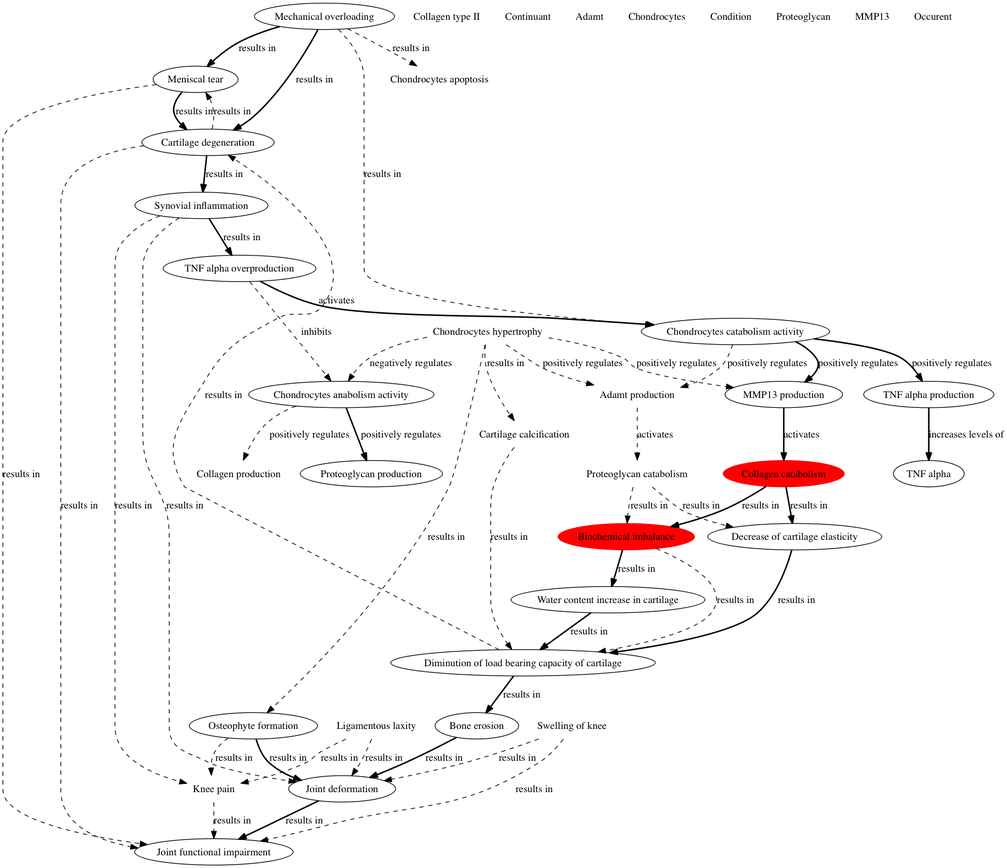
Earlier version of the Graphviz export notebooks/images/subgraphs/current_conf.png (plumdeq/hypothtest). Its source is kept beside it as notebooks/images/subgraphs/current_conf.dot.
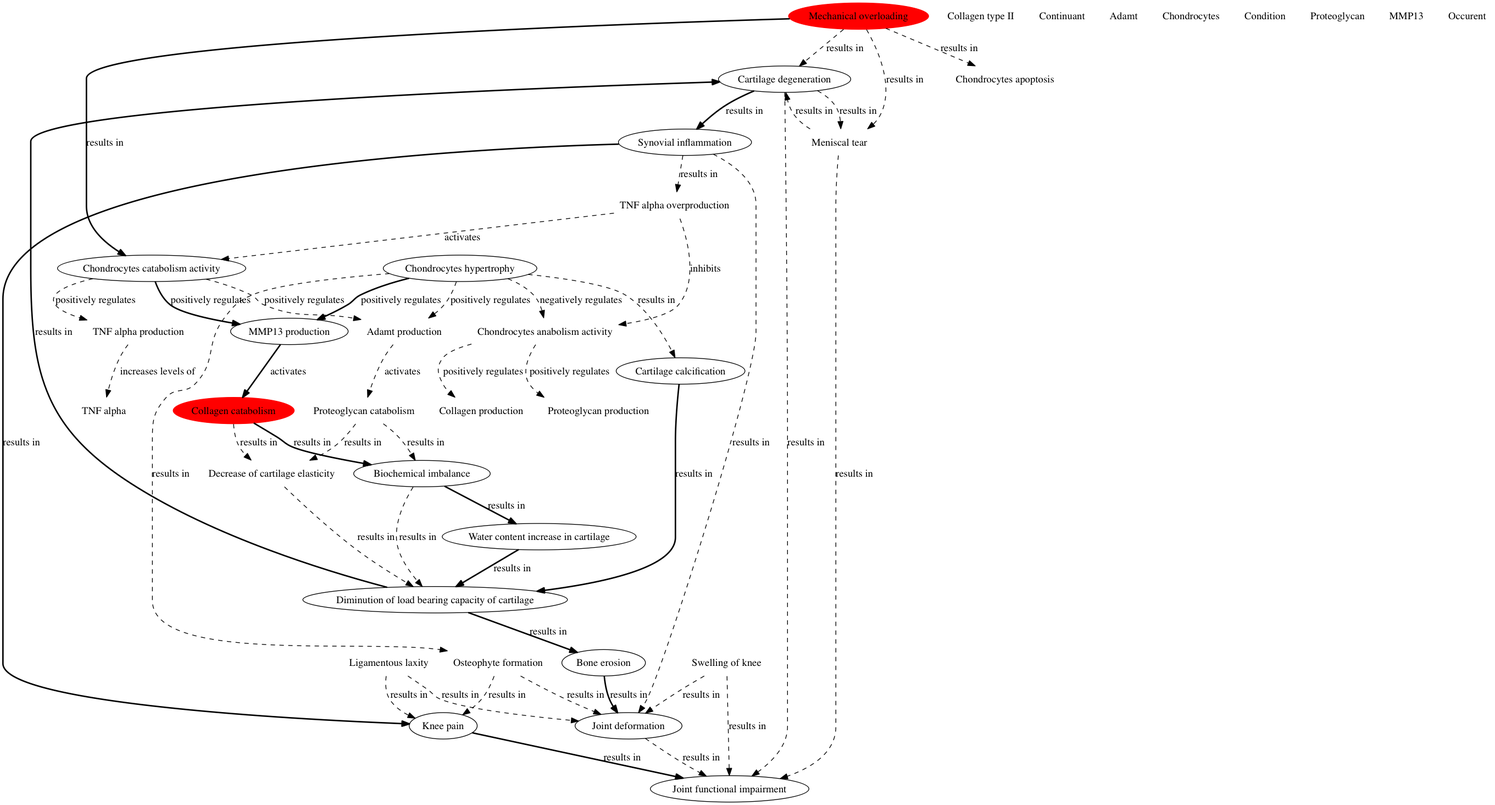
After the commit.

Change to the diagram source:
```diff
@@ -1,12 +1,12 @@
 digraph g {
 "http://plumdeq.xyz/ontologies/hypothesis/Joint_functional_impairment" [label="Joint functional impairment",shape="ellipse"] ;
-"http://plumdeq.xyz/ontologies/hypothesis/Mechanical_overloading" [label="Mechanical overloading",shape="ellipse"] ;
-"http://plumdeq.xyz/ontologies/hypothesis/Biochemical_imbalance" [label="Biochemical imbalance",shape="ellipse",style="filled",color="red"] ;
-"http://plumdeq.xyz/ontologies/hypothesis/Adamt_production" [label="Adamt production",shape="none"] ;
+"http://plumdeq.xyz/ontologies/hypothesis/Mechanical_overloading" [label="Mechanical overloading",shape="ellipse",style="filled",color="red"] ;
+"http://plumdeq.xyz/ontologies/hypothesis/TNF_alpha_production" [label="TNF alpha production",shape="none"] ;
+"http://plumdeq.xyz/ontologies/hypothesis/Adamt_production" [label="Adamt production",shape="ellipse"] ;
 "http://plumdeq.xyz/ontologies/hypothesis/Chondrocytes_catabolism_activity" [label="Chondrocytes catabolism activity",shape="ellipse"] ;
-"http://plumdeq.xyz/ontologies/hypothesis/TNF_alpha" [label="TNF alpha",shape="ellipse"] ;
-"http://plumdeq.xyz/ontologies/hypothesis/Chondrocytes_hypertrophy" [label="Chondrocytes hypertrophy",shape="none"] ;
-"http://plumdeq.xyz/ontologies/hypothesis/Osteophyte_formation" [label="Osteophyte formation",shape="ellipse"] ;
+"http://plumdeq.xyz/ontologies/hypothesis/TNF_alpha" [label="TNF alpha",shape="none"] ;
+"http://plumdeq.xyz/ontologies/hypothesis/Cartilage_degeneration" [label="Cartilage degeneration",shape="ellipse"] ;
+"http://plumdeq.xyz/ontologies/hypothesis/Osteophyte_formation" [label="Osteophyte formation",shape="none"] ;
 "http://plumdeq.xyz/ontologies/hypothesis/Diminution_of_load_bearing_capacity_of_cartilage" [label="Diminution of load bearing capacity of cartilage",shape="ellipse"] ;
 "http://plumdeq.xyz/ontologies/hypothesis/TNF_alpha_overproduction" [label="TNF alpha overproduction",shape="ellipse"] ;
 "http://plumdeq.xyz/ontologies/hypothesis/Cartilage_calcification" [label="Cartilage calcification",shape="none"] ;
@@ -15,56 +15,52 @@
 "http://plumdeq.xyz/ontologies/hypothesis/Continuant" [label="Continuant",shape="none"] ;
 "http://plumdeq.xyz/ontologies/hypothesis/Meniscal_tear" [label="Meniscal tear",shape="ellipse"] ;
 "http://plumdeq.xyz/ontologies/hypothesis/Swelling_of_knee" [label="Swelling of knee",shape="none"] ;
-"http://plumdeq.xyz/ontologies/hypothesis/Chondrocytes_anabolism_activity" [label="Chondrocytes anabolism activity",shape="ellipse"] ;
+"http://plumdeq.xyz/ontologies/hypothesis/Chondrocytes_anabolism_activity" [label="Chondrocytes anabolism activity",shape="none"] ;
 "http://plumdeq.xyz/ontologies/hypothesis/Adamt" [label="Adamt",shape="none"] ;
 "http://plumdeq.xyz/ontologies/hypothesis/Chondrocytes" [label="Chondrocytes",shape="none"] ;
-"http://plumdeq.xyz/ontologies/hypothesis/TNF_alpha_production" [label="TNF alpha production",shape="ellipse"] ;
 "http://plumdeq.xyz/ontologies/hypothesis/Water_content_increase_in_cartilage" [label="Water content increase in cartilage",shape="ellipse"] ;
 "http://plumdeq.xyz/ontologies/hypothesis/Condition" [label="Condition",shape="none"] ;
 "http://plumdeq.xyz/ontologies/hypothesis/Proteoglycan" [label="Proteoglycan",shape="none"] ;
 "http://plumdeq.xyz/ontologies/hypothesis/Synovial_inflammation" [label="Synovial inflammation",shape="ellipse"] ;
 "http://plumdeq.xyz/ontologies/hypothesis/MMP13" [label="MMP13",shape="none"] ;
-"http://plumdeq.xyz/ontologies/hypothesis/Collagen_catabolism" [label="Collagen catabolism",shape="ellipse",style="filled",color="red"] ;
+"http://plumdeq.xyz/ontologies/hypothesis/Collagen_catabolism" [label="Collagen catabolism",shape="ellipse"] ;
 "http://plumdeq.xyz/ontologies/hypothesis/Joint_deformation" [label="Joint deformation",shape="ellipse"] ;
 "http://plumdeq.xyz/ontologies/hypothesis/Occurent" [label="Occurent",shape="none"] ;
-"http://plumdeq.xyz/ontologies/hypothesis/Proteoglycan_catabolism" [label="Proteoglycan catabolism",shape="none"] ;
-"http://plumdeq.xyz/ontologies/hypothesis/Cartilage_degeneration" [label="Cartilage degeneration",shape="ellipse"] ;
+"http://plumdeq.xyz/ontologies/hypothesis/Proteoglycan_catabolism" [label="Proteoglycan catabolism",shape="ellipse"] ;
+"http://plumdeq.xyz/ontologies/hypothesis/Chondrocytes_hypertrophy" [label="Chondrocytes hypertrophy",shape="none"] ;
 "http://plumdeq.xyz/ontologies/hypothesis/Ligamentous_laxity" [label="Ligamentous laxity",shape="none"] ;
-"http://plumdeq.xyz/ontologies/hypothesis/MMP13_production" [label="MMP13 production",shape="ellipse"] ;
+"http://plumdeq.xyz/ontologies/hypothesis/MMP13_production" [label="MMP13 production",shape="ellipse",style="filled",color="red"] ;
+"http://plumdeq.xyz/ontologies/hypothesis/Biochemical_imbalance" [label="Biochemical imbalance",shape="ellipse"] ;
+"http://plumdeq.xyz/ontologies/hypothesis/Decrease_of_cartilage_elasticity" [label="Decrease of cartilage elasticity",shape="ellipse"] ;
 "http://plumdeq.xyz/ontologies/hypothesis/Bone_erosion" [label="Bone erosion",shape="ellipse"] ;
-"http://plumdeq.xyz/ontologies/hypothesis/Decrease_of_cartilage_elasticity" [label="Decrease of cartilage elasticity",shape="ellipse"] ;
-"http://plumdeq.xyz/ontologies/hypothesis/Proteoglycan_production" [label="Proteoglycan production",shape="ellipse"] ;
+"http://plumdeq.xyz/ontologies/hypothesis/Proteoglycan_production" [label="Proteoglycan production",shape="none"] ;
 "http://plumdeq.xyz/ontologies/hypothesis/Knee_pain" [label="Knee pain",shape="none"] ;
 "http://plumdeq.xyz/ontologies/hypothesis/Chondrocytes_apoptosis" [label="Chondrocytes apoptosis",shape="none"] ;
-"http://plumdeq.xyz/ontologies/hypothesis/Mechanical_overloading" -> "http://plumdeq.xyz/ontologies/hypothesis/Cartilage_degeneration" [label="results in",style="bold"] ;
+"http://plumdeq.xyz/ontologies/hypothesis/Mechanical_overloading" -> "http://plumdeq.xyz/ontologies/hypothesis/Cartilage_degeneration" [label="results in",style="dashed"] ;
 "http://plumdeq.xyz/ontologies/hypothesis/Mechanical_overloading" -> "http://plumdeq.xyz/ontologies/hypothesis/Meniscal_tear" [label="results in",style="bold"] ;
 "http://plumdeq.xyz/ontologies/hypothesis/Mechanical_overloading" -> "http://plumdeq.xyz/ontologies/hypothesis/Chondrocytes_apoptosis" [label="results in",style="dashed"] ;
 "http://plumdeq.xyz/ontologies/hypothesis/Mechanical_overloading" -> "http://plumdeq.xyz/ontologies/hypothesis/Chondrocytes_catabolism_activity" [label="results in",style="dashed"] ;
-"http://plumdeq.xyz/ontologies/hypothesis/Biochemical_imbalance" -> "http://plumdeq.xyz/ontologies/hypothesis/Water_content_increase_in_cartilage" [label="results in",style="bold"] ;
-"http://plumdeq.xyz/ontologies/hypothesis/Biochemical_imbalance" -> "http://plumdeq.xyz/ontologies/hypothesis/Diminution_of_load_bearing_capacity_of_cartilage" [label="results in",style="dashed"] ;
-"http://plumdeq.xyz/ontologies/hypothesis/Adamt_production" -> "http://plumdeq.xyz/ontologies/hypothesis/Proteoglycan_catabolism" [label="activates",style="dashed"] ;
-"http://plumdeq.xyz/ontologies/hypothesis/Chondrocytes_catabolism_activity" -> "http://plumdeq.xyz/ontologies/hypothesis/TNF_alpha_production" [label="positively regulates",style="bold"] ;
-"http://plumdeq.xyz/ontologies/hypothesis/Chondrocytes_catabolism_activity" -> "http://plumdeq.xyz/ontologies/hypothesis/Adamt_production" [label="positively regulates",style="dashed"] ;
+"http://plumdeq.xyz/ontologies/hypothesis/TNF_alpha_production" -> "http://plumdeq.xyz/ontologies/hypothesis/TNF_alpha" [label="increases levels of",style="dashed"] ;
+"http://plumdeq.xyz/ontologies/hypothesis/Adamt_production" -> "http://plumdeq.xyz/ontologies/hypothesis/Proteoglycan_catabolism" [label="activates",style="bold"] ;
+"http://plumdeq.xyz/ontologies/hypothesis/Chondrocytes_catabolism_activity" -> "http://plumdeq.xyz/ontologies/hypothesis/TNF_alpha_production" [label="positively regulates",style="dashed"] ;
+"http://plumdeq.xyz/ontologies/hypothesis/Chondrocytes_catabolism_activity" -> "http://plumdeq.xyz/ontologies/hypothesis/Adamt_production" [label="positively regulates",style="bold"] ;
 "http://plumdeq.xyz/ontologies/hypothesis/Chondrocytes_catabolism_activity" -> "http://plumdeq.xyz/ontologies/hypothesis/MMP13_production" [label="positively regulates",style="bold"] ;
-"http://plumdeq.xyz/ontologies/hypothesis/Chondrocytes_hypertrophy" -> "http://plumdeq.xyz/ontologies/hypothesis/Chondrocytes_anabolism_activity" [label="negatively regulates",style="dashed"] ;
-"http://plumdeq.xyz/ontologies/hypothesis/Chondrocytes_hypertrophy" -> "http://plumdeq.xyz/ontologies/hypothesis/Osteophyte_formation" [label="results in",style="dashed"] ;
-"http://plumdeq.xyz/ontologies/hypothesis/Chondrocytes_hypertrophy" -> "http://plumdeq.xyz/ontologies/hypothesis/Adamt_production" [label="positively regulates",style="dashed"] ;
-"http://plumdeq.xyz/ontologies/hypothesis/Chondrocytes_hypertrophy" -> "http://plumdeq.xyz/ontologies/hypothesis/MMP13_production" [label="positively regulates",style="dashed"] ;
-"http://plumdeq.xyz/ontologies/hypothesis/Chondrocytes_hypertrophy" -> "http://plumdeq.xyz/ontologies/hypothesis/Cartilage_calcification" [label="results in",style="dashed"] ;
-"http://plumdeq.xyz/ontologies/hypothesis/Osteophyte_formation" -> "http://plumdeq.xyz/ontologies/hypothesis/Joint_deformation" [label="results in",style="bold"] ;
+"http://plumdeq.xyz/ontologies/hypothesis/Cartilage_degeneration" -> "http://plumdeq.xyz/ontologies/hypothesis/Joint_functional_impairment" [label="results in",style="dashed"] ;
+"http://plumdeq.xyz/ontologies/hypothesis/Cartilage_degeneration" -> "http://plumdeq.xyz/ontologies/hypothesis/Synovial_inflammation" [label="results in",style="bold"] ;
+"http://plumdeq.xyz/ontologies/hypothesis/Cartilage_degeneration" -> "http://plumdeq.xyz/ontologies/hypothesis/Meniscal_tear" [label="results in",style="dashed"] ;
+"http://plumdeq.xyz/ontologies/hypothesis/Osteophyte_formation" -> "http://plumdeq.xyz/ontologies/hypothesis/Joint_deformation" [label="results in",style="dashed"] ;
 "http://plumdeq.xyz/ontologies/hypothesis/Osteophyte_formation" -> "http://plumdeq.xyz/ontologies/hypothesis/Knee_pain" [label="results in",style="dashed"] ;
-"http://plumdeq.xyz/ontologies/hypothesis/Diminution_of_load_bearing_capacity_of_cartilage" -> "http://plumdeq.xyz/ontologies/hypothesis/Cartilage_degeneration" [label="results in",style="dashed"] ;
+"http://plumdeq.xyz/ontologies/hypothesis/Diminution_of_load_bearing_capacity_of_cartilage" -> "http://plumdeq.xyz/ontologies/hypothesis/Cartilage_degeneration" [label="results in",style="bold"] ;
 "http://plumdeq.xyz/ontologies/hypothesis/Diminution_of_load_bearing_capacity_of_cartilage" -> "http://plumdeq.xyz/ontologies/hypothesis/Bone_erosion" [label="results in",style="bold"] ;
 "http://plumdeq.xyz/ontologies/hypothesis/TNF_alpha_overproduction" -> "http://plumdeq.xyz/ontologies/hypothesis/Chondrocytes_anabolism_activity" [label="inhibits",style="dashed"] ;
 "http://plumdeq.xyz/ontologies/hypothesis/TNF_alpha_overproduction" -> "http://plumdeq.xyz/ontologies/hypothesis/Chondrocytes_catabolism_activity" [label="activates",style="bold"] ;
 "http://plumdeq.xyz/ontologies/hypothesis/Cartilage_calcification" -> "http://plumdeq.xyz/ontologies/hypothesis/Diminution_of_load_bearing_capacity_of_cartilage" [label="results in",style="dashed"] ;
 "http://plumdeq.xyz/ontologies/hypothesis/Meniscal_tear" -> "http://plumdeq.xyz/ontologies/hypothesis/Cartilage_degeneration" [label="results in",style="bold"] ;
 "http://plumdeq.xyz/ontologies/hypothesis/Meniscal_tear" -> "http://plumdeq.xyz/ontologies/hypothesis/Joint_functional_impairment" [label="results in",style="dashed"] ;
+"http://plumdeq.xyz/ontologies/hypothesis/Swelling_of_knee" -> "http://plumdeq.xyz/ontologies/hypothesis/Joint_deformation" [label="results in",style="dashed"] ;
 "http://plumdeq.xyz/ontologies/hypothesis/Swelling_of_knee" -> "http://plumdeq.xyz/ontologies/hypothesis/Joint_functional_impairment" [label="results in",style="dashed"] ;
-"http://plumdeq.xyz/ontologies/hypothesis/Swelling_of_knee" -> "http://plumdeq.xyz/ontologies/hypothesis/Joint_deformation" [label="results in",style="dashed"] ;
 "http://plumdeq.xyz/ontologies/hypothesis/Chondrocytes_anabolism_activity" -> "http://plumdeq.xyz/ontologies/hypothesis/Collagen_production" [label="positively regulates",style="dashed"] ;
-"http://plumdeq.xyz/ontologies/hypothesis/Chondrocytes_anabolism_activity" -> "http://plumdeq.xyz/ontologies/hypothesis/Proteoglycan_production" [label="positively regulates",style="bold"] ;
-"http://plumdeq.xyz/ontologies/hypothesis/TNF_alpha_production" -> "http://plumdeq.xyz/ontologies/hypothesis/TNF_alpha" [label="increases levels of",style="bold"] ;
+"http://plumdeq.xyz/ontologies/hypothesis/Chondrocytes_anabolism_activity" -> "http://plumdeq.xyz/ontologies/hypothesis/Proteoglycan_production" [label="positively regulates",style="dashed"] ;
 "http://plumdeq.xyz/ontologies/hypothesis/Water_content_increase_in_cartilage" -> "http://plumdeq.xyz/ontologies/hypothesis/Diminution_of_load_bearing_capacity_of_cartilage" [label="results in",style="bold"] ;
 "http://plumdeq.xyz/ontologies/hypothesis/Synovial_inflammation" -> "http://plumdeq.xyz/ontologies/hypothesis/Joint_deformation" [label="results in",style="dashed"] ;
 "http://plumdeq.xyz/ontologies/hypothesis/Synovial_inflammation" -> "http://plumdeq.xyz/ontologies/hypothesis/TNF_alpha_overproduction" [label="results in",style="bold"] ;
@@ -72,15 +68,19 @@
 "http://plumdeq.xyz/ontologies/hypothesis/Collagen_catabolism" -> "http://plumdeq.xyz/ontologies/hypothesis/Biochemical_imbalance" [label="results in",style="bold"] ;
 "http://plumdeq.xyz/ontologies/hypothesis/Collagen_catabolism" -> "http://plumdeq.xyz/ontologies/hypothesis/Decrease_of_cartilage_elasticity" [label="results in",style="bold"] ;
 "http://plumdeq.xyz/ontologies/hypothesis/Joint_deformation" -> "http://plumdeq.xyz/ontologies/hypothesis/Joint_functional_impairment" [label="results in",style="bold"] ;
-"http://plumdeq.xyz/ontologies/hypothesis/Proteoglycan_catabolism" -> "http://plumdeq.xyz/ontologies/hypothesis/Biochemical_imbalance" [label="results in",style="dashed"] ;
+"http://plumdeq.xyz/ontologies/hypothesis/Proteoglycan_catabolism" -> "http://plumdeq.xyz/ontologies/hypothesis/Biochemical_imbalance" [label="results in",style="bold"] ;
 "http://plumdeq.xyz/ontologies/hypothesis/Proteoglycan_catabolism" -> "http://plumdeq.xyz/ontologies/hypothesis/Decrease_of_cartilage_elasticity" [label="results in",style="dashed"] ;
-"http://plumdeq.xyz/ontologies/hypothesis/Cartilage_degeneration" -> "http://plumdeq.xyz/ontologies/hypothesis/Joint_functional_impairment" [label="results in",style="dashed"] ;
-"http://plumdeq.xyz/ontologies/hypothesis/Cartilage_degeneration" -> "http://plumdeq.xyz/ontologies/hypothesis/Synovial_inflammation" [label="results in",style="bold"] ;
-"http://plumdeq.xyz/ontologies/hypothesis/Cartilage_degeneration" -> "http://plumdeq.xyz/ontologies/hypothesis/Meniscal_tear" [label="results in",style="dashed"] ;
+"http://plumdeq.xyz/ontologies/hypothesis/Chondrocytes_hypertrophy" -> "http://plumdeq.xyz/ontologies/hypothesis/Chondrocytes_anabolism_activity" [label="negatively regulates",style="dashed"] ;
+"http://plumdeq.xyz/ontologies/hypothesis/Chondrocytes_hypertrophy" -> "http://plumdeq.xyz/ontologies/hypothesis/Osteophyte_formation" [label="results in",style="dashed"] ;
+"http://plumdeq.xyz/ontologies/hypothesis/Chondrocytes_hypertrophy" -> "http://plumdeq.xyz/ontologies/hypothesis/Adamt_production" [label="positively regulates",style="dashed"] ;
+"http://plumdeq.xyz/ontologies/hypothesis/Chondrocytes_hypertrophy" -> "http://plumdeq.xyz/ontologies/hypothesis/MMP13_production" [label="positively regulates",style="dashed"] ;
+"http://plumdeq.xyz/ontologies/hypothesis/Chondrocytes_hypertrophy" -> "http://plumdeq.xyz/ontologies/hypothesis/Cartilage_calcification" [label="results in",style="dashed"] ;
 "http://plumdeq.xyz/ontologies/hypothesis/Ligamentous_laxity" -> "http://plumdeq.xyz/ontologies/hypothesis/Joint_deformation" [label="results in",style="dashed"] ;
 "http://plumdeq.xyz/ontologies/hypothesis/Ligamentous_laxity" -> "http://plumdeq.xyz/ontologies/hypothesis/Knee_pain" [label="results in",style="dashed"] ;
 "http://plumdeq.xyz/ontologies/hypothesis/MMP13_production" -> "http://plumdeq.xyz/ontologies/hypothesis/Collagen_catabolism" [label="activates",style="bold"] ;
+"http://plumdeq.xyz/ontologies/hypothesis/Biochemical_imbalance" -> "http://plumdeq.xyz/ontologies/hypothesis/Water_content_increase_in_cartilage" [label="results in",style="bold"] ;
+"http://plumdeq.xyz/ontologies/hypothesis/Biochemical_imbalance" -> "http://plumdeq.xyz/ontologies/hypothesis/Diminution_of_load_bearing_capacity_of_cartilage" [label="results in",style="bold"] ;
+"http://plumdeq.xyz/ontologies/hypothesis/Decrease_of_cartilage_elasticity" -> "http://plumdeq.xyz/ontologies/hypothesis/Diminution_of_load_bearing_capacity_of_cartilage" [label="results in",style="bold"] ;
 "http://plumdeq.xyz/ontologies/hypothesis/Bone_erosion" -> "http://plumdeq.xyz/ontologies/hypothesis/Joint_deformation" [label="results in",style="bold"] ;
-"http://plumdeq.xyz/ontologies/hypothesis/Decrease_of_cartilage_elasticity" -> "http://plumdeq.xyz/ontologies/hypothesis/Diminution_of_load_bearing_capacity_of_cartilage" [label="results in",style="bold"] ;
 "http://plumdeq.xyz/ontologies/hypothesis/Knee_pain" -> "http://plumdeq.xyz/ontologies/hypothesis/Joint_functional_impairment" [label="results in",style="dashed"] ;
 }
```
